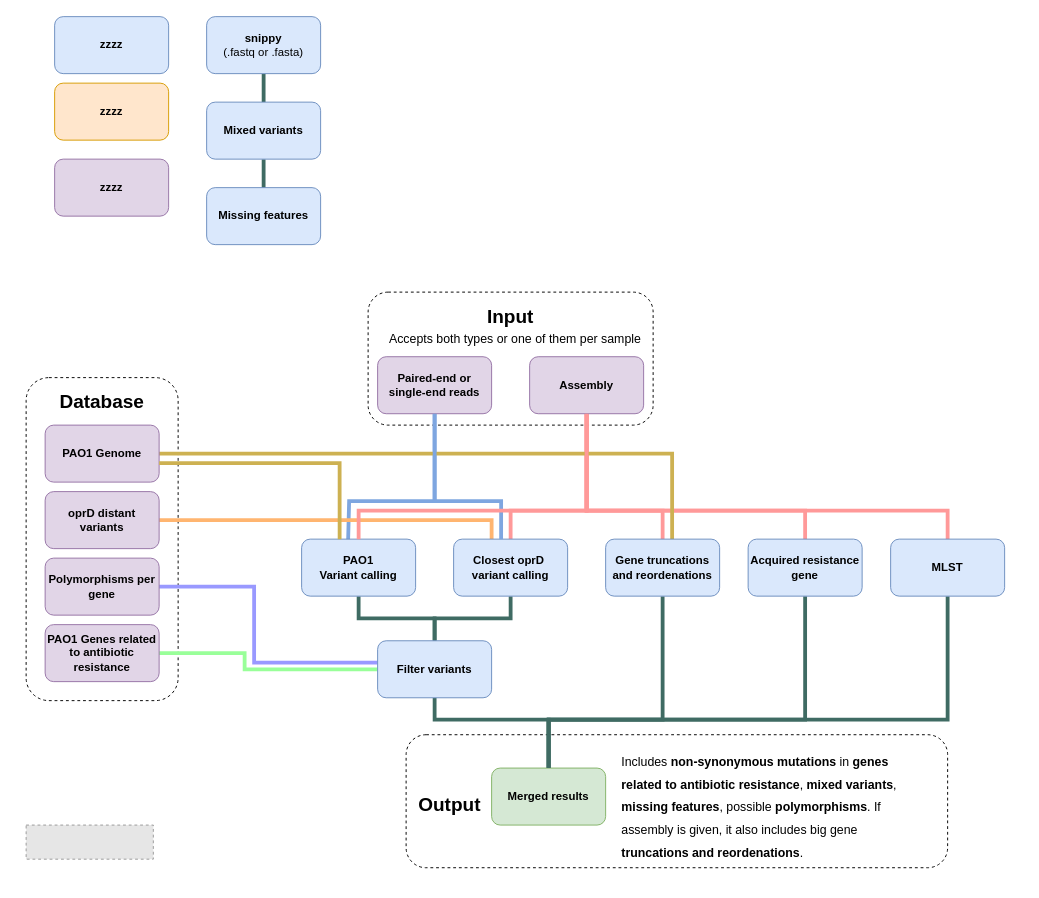
Before: arvia/data/arvia.drawio in pablo-aja-macaya/ARVIA, a draw.io diagram. Source tidied: cells renumbered, new cells numbered last; positions are measured from the earlier drawing's top-left corner, leaving out a move shared by most shapes. Both pictures are drawn from the tidied source at 95%, with x=0, y=0 at pixel (16, 16). Pictures stored in the file or linked from it are replaced by grey dashed boxes.
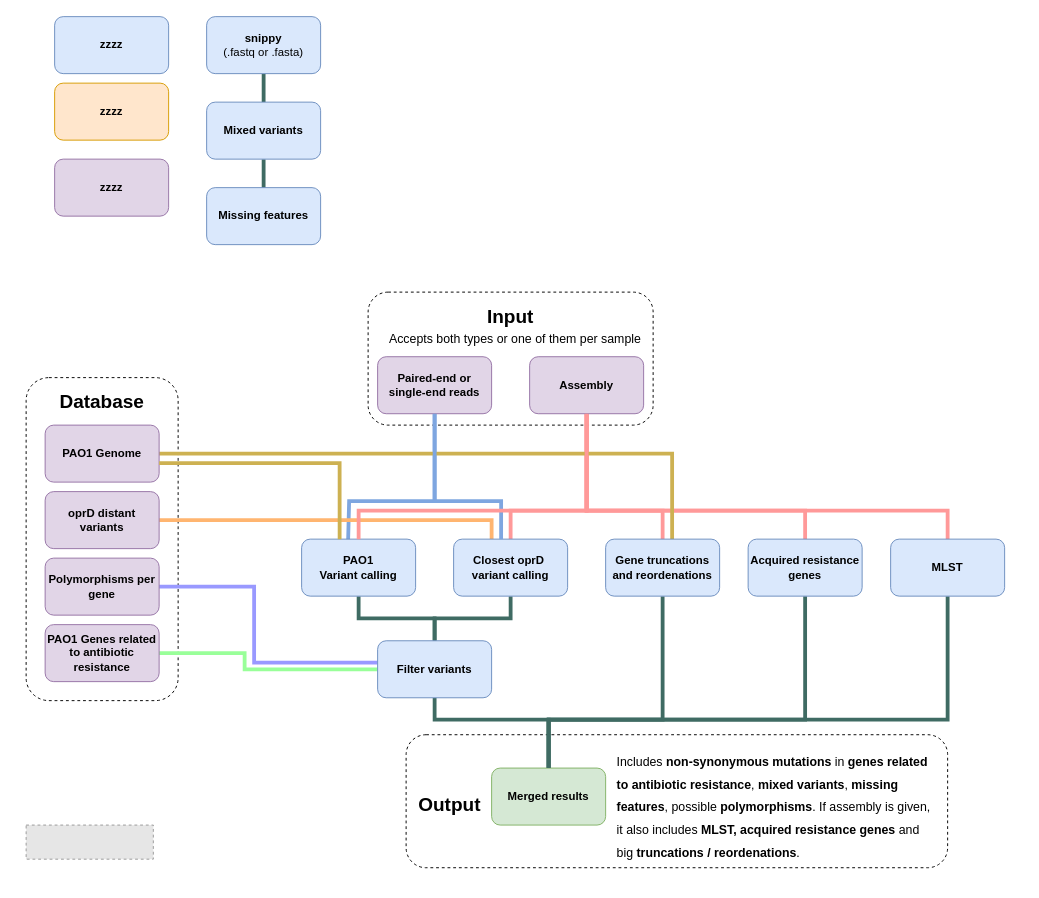
The same diagram, later.

Unchanged cells that the change refers to:
```xml
<mxCell id="15" value="Assembly" style="rounded=1;whiteSpace=wrap;html=1;fillColor=#e1d5e7;strokeColor=#9673a6;fontStyle=1;" parent="1" vertex="1">
  <mxGeometry x="540" y="358" width="120" height="60" as="geometry" />
</mxCell>
<mxCell id="36" value="Merged results" style="rounded=1;whiteSpace=wrap;html=1;fillColor=#d5e8d4;strokeColor=#82b366;fontStyle=1;" parent="1" vertex="1">
  <mxGeometry x="500" y="791" width="120" height="60" as="geometry" />
</mxCell>
```

What changed in the source:
```diff
@@
-    <mxCell id="13" style="edgeStyle=orthogonalEdgeStyle;rounded=0;jettySize=auto;html=1;entryX=0.5;entryY=0;entryDx=0;entryDy=0;strokeColor=light-dark(#ff9999, #ededed);strokeWidth=4;endArrow=none;endFill=0;" parent="1" edge="1" source="15" target="48">
-      <mxGeometry relative="1" as="geometry">
-        <Array as="points">
-          <mxPoint x="600" y="520" />
-          <mxPoint x="830" y="520" />
-        </Array>
-      </mxGeometry>
-    </mxCell>
+    <mxCell id="51" style="edgeStyle=orthogonalEdgeStyle;rounded=0;jettySize=auto;html=1;entryX=0.5;entryY=0;entryDx=0;entryDy=0;strokeColor=light-dark(#ff9999, #ededed);strokeWidth=4;endArrow=none;endFill=0;" parent="1" edge="1" source="15" target="54">
+      <mxGeometry relative="1" as="geometry">
+        <Array as="points">
+          <mxPoint x="600" y="520" />
+          <mxPoint x="830" y="520" />
+        </Array>
+      </mxGeometry>
+    </mxCell>
@@
-    <mxCell id="44" value="&lt;font style=&quot;font-size: 13px;&quot;&gt;Includes &lt;b&gt;non-synonymous mutations&lt;/b&gt; in &lt;b&gt;genes related to antibiotic resistance&lt;/b&gt;, &lt;b&gt;mixed variants&lt;/b&gt;, &lt;b&gt;missing features&lt;/b&gt;, possible &lt;b&gt;polymorphisms&lt;/b&gt;. If assembly is given, it also includes big gene &lt;b&gt;truncations and reordenations&lt;/b&gt;.&lt;/font&gt;" style="text;html=1;align=left;verticalAlign=middle;whiteSpace=wrap;rounded=0;fontStyle=0;fontSize=20;" parent="1" vertex="1">
-      <mxGeometry x="635" y="768.9" width="302" height="120" as="geometry" />
-    </mxCell>
+    <mxCell id="52" value="&lt;font style=&quot;font-size: 13px;&quot;&gt;Includes &lt;b&gt;non-synonymous mutations&lt;/b&gt; in &lt;b&gt;genes related to antibiotic resistance&lt;/b&gt;, &lt;b&gt;mixed variants&lt;/b&gt;, &lt;b&gt;missing features&lt;/b&gt;, possible &lt;b&gt;polymorphisms&lt;/b&gt;. If assembly is given, it also includes &lt;b&gt;MLST, acquired resistance genes &lt;/b&gt;and big &lt;b&gt;truncations / reordenations&lt;/b&gt;.&lt;/font&gt;" style="text;html=1;align=left;verticalAlign=middle;whiteSpace=wrap;rounded=0;fontStyle=0;fontSize=20;" parent="1" vertex="1">
+      <mxGeometry x="630" y="768.9" width="340" height="120" as="geometry" />
+    </mxCell>
@@
-    <mxCell id="47" style="edgeStyle=orthogonalEdgeStyle;rounded=0;jettySize=auto;html=1;entryX=0.5;entryY=0;entryDx=0;entryDy=0;strokeWidth=4;strokeColor=light-dark(#3F6B63,#EDEDED);endArrow=none;endFill=0;" parent="1" edge="1" source="48" target="36">
-      <mxGeometry relative="1" as="geometry">
-        <Array as="points">
-          <mxPoint x="830" y="740" />
-          <mxPoint x="560" y="740" />
-        </Array>
-      </mxGeometry>
-    </mxCell>
-    <mxCell id="48" value="Acquired resistance gene" style="rounded=1;whiteSpace=wrap;html=1;fillColor=#dae8fc;strokeColor=#6c8ebf;fontStyle=1;" parent="1" vertex="1">
-      <mxGeometry x="770" y="550" width="120" height="60" as="geometry" />
-    </mxCell>
+    <mxCell id="53" style="edgeStyle=orthogonalEdgeStyle;rounded=0;jettySize=auto;html=1;entryX=0.5;entryY=0;entryDx=0;entryDy=0;strokeWidth=4;strokeColor=light-dark(#3F6B63,#EDEDED);endArrow=none;endFill=0;" parent="1" edge="1" source="54" target="36">
+      <mxGeometry relative="1" as="geometry">
+        <Array as="points">
+          <mxPoint x="830" y="740" />
+          <mxPoint x="560" y="740" />
+        </Array>
+      </mxGeometry>
+    </mxCell>
+    <mxCell id="54" value="Acquired resistance genes" style="rounded=1;whiteSpace=wrap;html=1;fillColor=#dae8fc;strokeColor=#6c8ebf;fontStyle=1;" parent="1" vertex="1">
+      <mxGeometry x="770" y="550" width="120" height="60" as="geometry" />
+    </mxCell>
```
